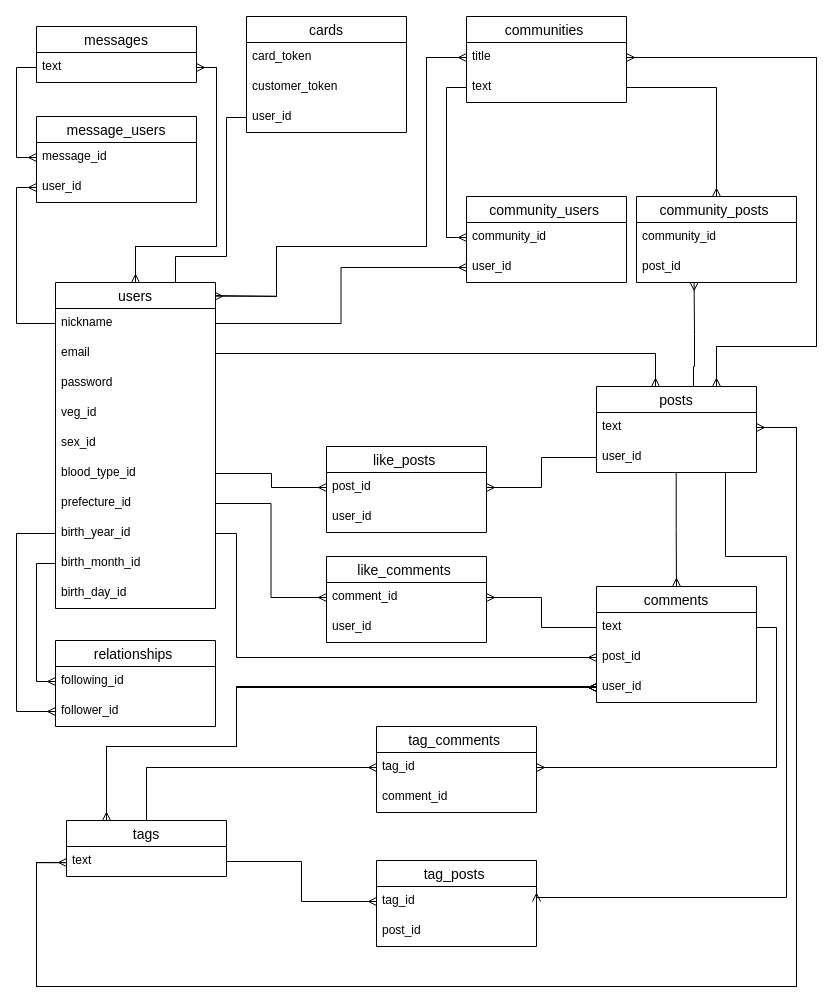
Earlier version of the draw.io diagram .dio (DaichiSakakibara/vatch-1.0.0). Source tidied: cells renumbered, new cells numbered last; positions are measured from the earlier drawing's top-left corner, leaving out a move shared by most shapes. Both pictures are drawn from the tidied source at 100%, with x=0, y=0 at pixel (16, 16).
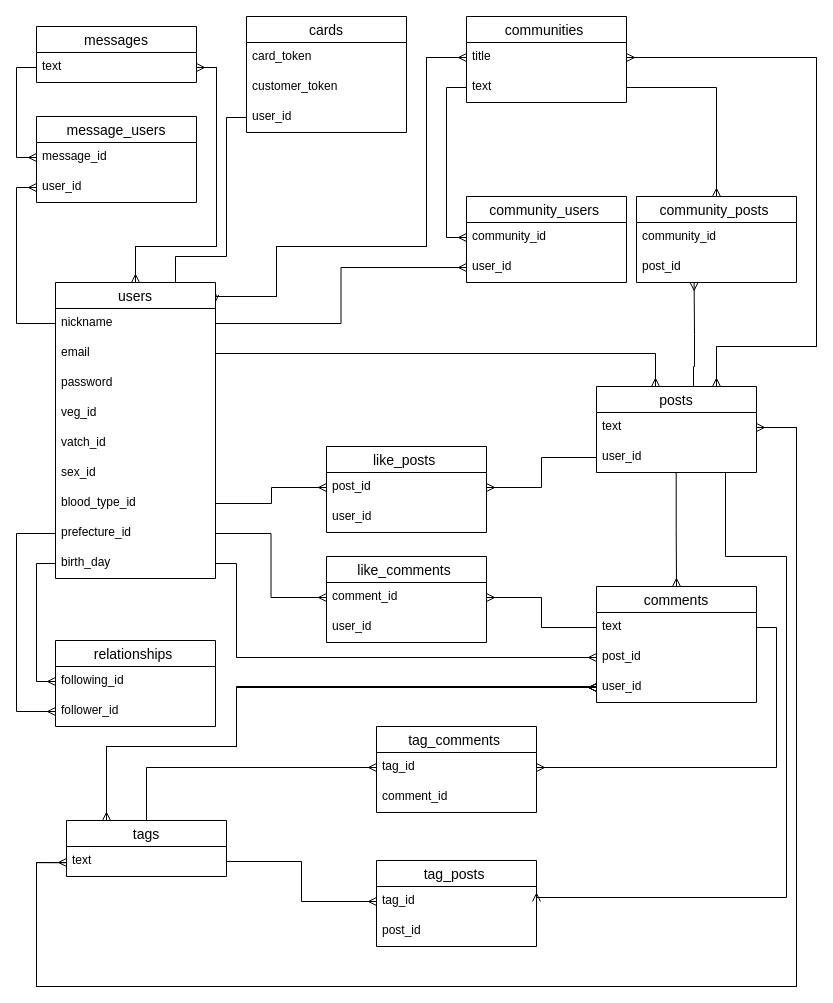
The same diagram, later.

The change refers to these unchanged cells:
```xml
<mxCell id="56" value="post_id" style="text;strokeColor=none;fillColor=none;spacingLeft=4;spacingRight=4;overflow=hidden;points=[[0,0.5],[1,0.5]];portConstraint=eastwest;fontSize=12;" parent="54" vertex="1">
  <mxGeometry y="56" width="160" height="30" as="geometry" />
</mxCell>
<mxCell id="79" value="following_id" style="text;strokeColor=none;fillColor=none;spacingLeft=4;spacingRight=4;overflow=hidden;points=[[0,0.5],[1,0.5]];portConstraint=eastwest;fontSize=12;" parent="78" vertex="1">
  <mxGeometry y="26" width="160" height="30" as="geometry" />
</mxCell>
<mxCell id="80" value="follower_id" style="text;strokeColor=none;fillColor=none;spacingLeft=4;spacingRight=4;overflow=hidden;points=[[0,0.5],[1,0.5]];portConstraint=eastwest;fontSize=12;" parent="78" vertex="1">
  <mxGeometry y="56" width="160" height="30" as="geometry" />
</mxCell>
```

Diff of the diagram source:
```diff
@@
     <mxCell id="24" value="users" style="swimlane;fontStyle=0;horizontal=1;startSize=26;align=center;fontSize=14;" parent="1" vertex="1">
-      <mxGeometry x="39" y="266" width="160" height="326" as="geometry" />
+      <mxGeometry x="39" y="266" width="160" height="296" as="geometry" />
     </mxCell>
@@
+    <mxCell id="87" value="vatch_id" style="text;strokeColor=none;fillColor=none;spacingLeft=4;spacingRight=4;overflow=hidden;fontSize=12;" parent="24" vertex="1">
+      <mxGeometry y="146" width="160" height="30" as="geometry" />
+    </mxCell>
     <mxCell id="29" value="sex_id" style="text;strokeColor=none;fillColor=none;spacingLeft=4;spacingRight=4;overflow=hidden;fontSize=12;" parent="24" vertex="1">
-      <mxGeometry y="146" width="160" height="30" as="geometry" />
+      <mxGeometry y="176" width="160" height="30" as="geometry" />
     </mxCell>
     <mxCell id="30" value="blood_type_id" style="text;strokeColor=none;fillColor=none;spacingLeft=4;spacingRight=4;overflow=hidden;points=[[0,0.5],[1,0.5]];portConstraint=eastwest;fontSize=12;" parent="24" vertex="1">
-      <mxGeometry y="176" width="160" height="30" as="geometry" />
+      <mxGeometry y="206" width="160" height="30" as="geometry" />
     </mxCell>
     <mxCell id="31" value="prefecture_id" style="text;strokeColor=none;fillColor=none;spacingLeft=4;spacingRight=4;overflow=hidden;points=[[0,0.5],[1,0.5]];portConstraint=eastwest;fontSize=12;" parent="24" vertex="1">
-      <mxGeometry y="206" width="160" height="30" as="geometry" />
+      <mxGeometry y="236" width="160" height="30" as="geometry" />
     </mxCell>
-    <mxCell id="32" value="birth_year_id" style="text;strokeColor=none;fillColor=none;spacingLeft=4;spacingRight=4;overflow=hidden;points=[[0,0.5],[1,0.5]];portConstraint=eastwest;fontSize=12;" parent="24" vertex="1">
-      <mxGeometry y="236" width="160" height="30" as="geometry" />
-    </mxCell>
-    <mxCell id="33" value="birth_month_id" style="text;strokeColor=none;fillColor=none;spacingLeft=4;spacingRight=4;overflow=hidden;points=[[0,0.5],[1,0.5]];portConstraint=eastwest;fontSize=12;" parent="24" vertex="1">
-      <mxGeometry y="266" width="160" height="30" as="geometry" />
-    </mxCell>
-    <mxCell id="34" value="birth_day_id" style="text;strokeColor=none;fillColor=none;spacingLeft=4;spacingRight=4;overflow=hidden;points=[[0,0.5],[1,0.5]];portConstraint=eastwest;fontSize=12;" parent="24" vertex="1">
-      <mxGeometry y="296" width="160" height="30" as="geometry" />
+    <mxCell id="34" value="birth_day" style="text;strokeColor=none;fillColor=none;spacingLeft=4;spacingRight=4;overflow=hidden;points=[[0,0.5],[1,0.5]];portConstraint=eastwest;fontSize=12;" parent="24" vertex="1">
+      <mxGeometry y="266" width="160" height="30" as="geometry" />
     </mxCell>
@@
-    <mxCell id="65" style="edgeStyle=elbowEdgeStyle;rounded=0;sketch=0;jettySize=auto;html=1;exitX=1;exitY=0.5;exitDx=0;exitDy=0;entryX=0;entryY=0.5;entryDx=0;entryDy=0;endArrow=ERmany;endFill=0;" parent="1" edge="1" source="32" target="56">
+    <mxCell id="65" style="edgeStyle=elbowEdgeStyle;rounded=0;sketch=0;jettySize=auto;html=1;exitX=1;exitY=0.5;exitDx=0;exitDy=0;entryX=0;entryY=0.5;entryDx=0;entryDy=0;endArrow=ERmany;endFill=0;" parent="1" edge="1" source="34" target="56">
       <mxGeometry relative="1" as="geometry">
         <Array as="points">
           <mxPoint x="220" y="640" />
         </Array>
       </mxGeometry>
     </mxCell>
@@
-    <mxCell id="81" style="edgeStyle=elbowEdgeStyle;rounded=0;sketch=0;jettySize=auto;html=1;exitX=0;exitY=0.5;exitDx=0;exitDy=0;entryX=0;entryY=0.5;entryDx=0;entryDy=0;endArrow=ERmany;endFill=0;" parent="1" edge="1" source="33" target="79">
+    <mxCell id="81" style="edgeStyle=elbowEdgeStyle;rounded=0;sketch=0;jettySize=auto;html=1;exitX=0;exitY=0.5;exitDx=0;exitDy=0;entryX=0;entryY=0.5;entryDx=0;entryDy=0;endArrow=ERmany;endFill=0;" parent="1" edge="1" source="34" target="79">
       <mxGeometry relative="1" as="geometry">
         <Array as="points">
           <mxPoint x="20" y="600" />
         </Array>
       </mxGeometry>
     </mxCell>
-    <mxCell id="82" style="edgeStyle=elbowEdgeStyle;rounded=0;sketch=0;jettySize=auto;html=1;exitX=0;exitY=0.5;exitDx=0;exitDy=0;entryX=0;entryY=0.5;entryDx=0;entryDy=0;endArrow=ERmany;endFill=0;" parent="1" edge="1" source="32" target="80">
+    <mxCell id="82" style="edgeStyle=elbowEdgeStyle;rounded=0;sketch=0;jettySize=auto;html=1;exitX=0;exitY=0.5;exitDx=0;exitDy=0;entryX=0;entryY=0.5;entryDx=0;entryDy=0;endArrow=ERmany;endFill=0;" parent="1" edge="1" source="31" target="80">
       <mxGeometry relative="1" as="geometry">
         <Array as="points">
           <mxPoint y="610" />
         </Array>
       </mxGeometry>
     </mxCell>
```
